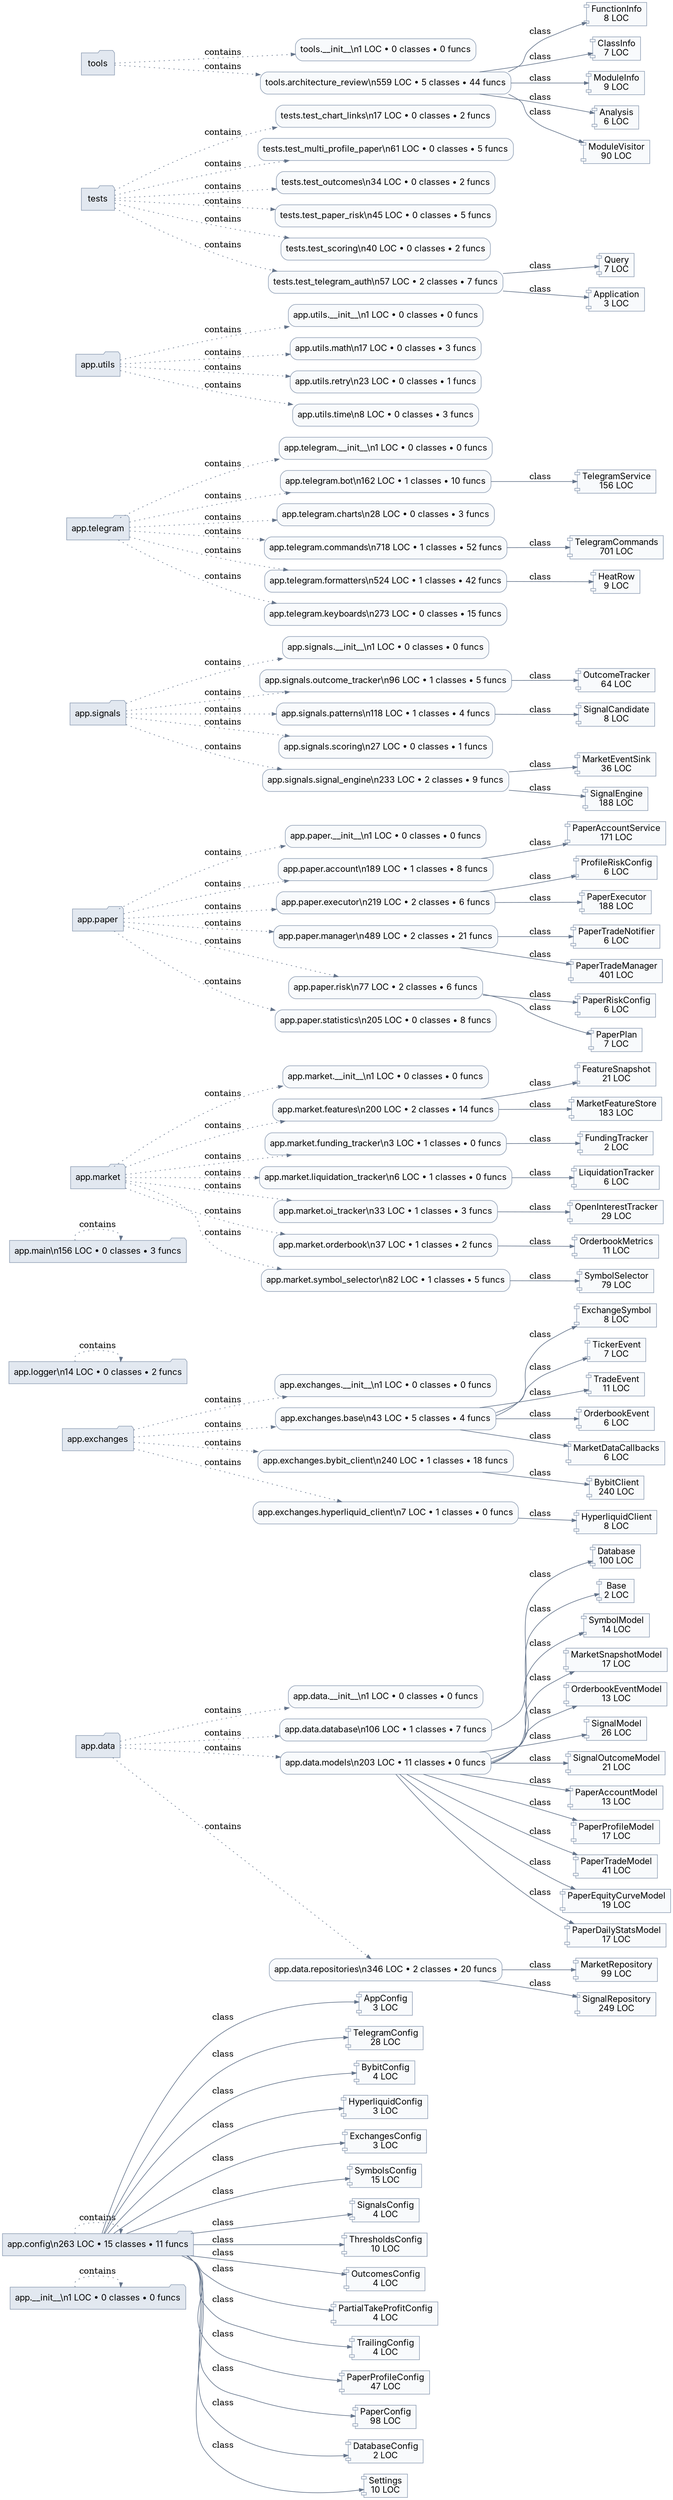
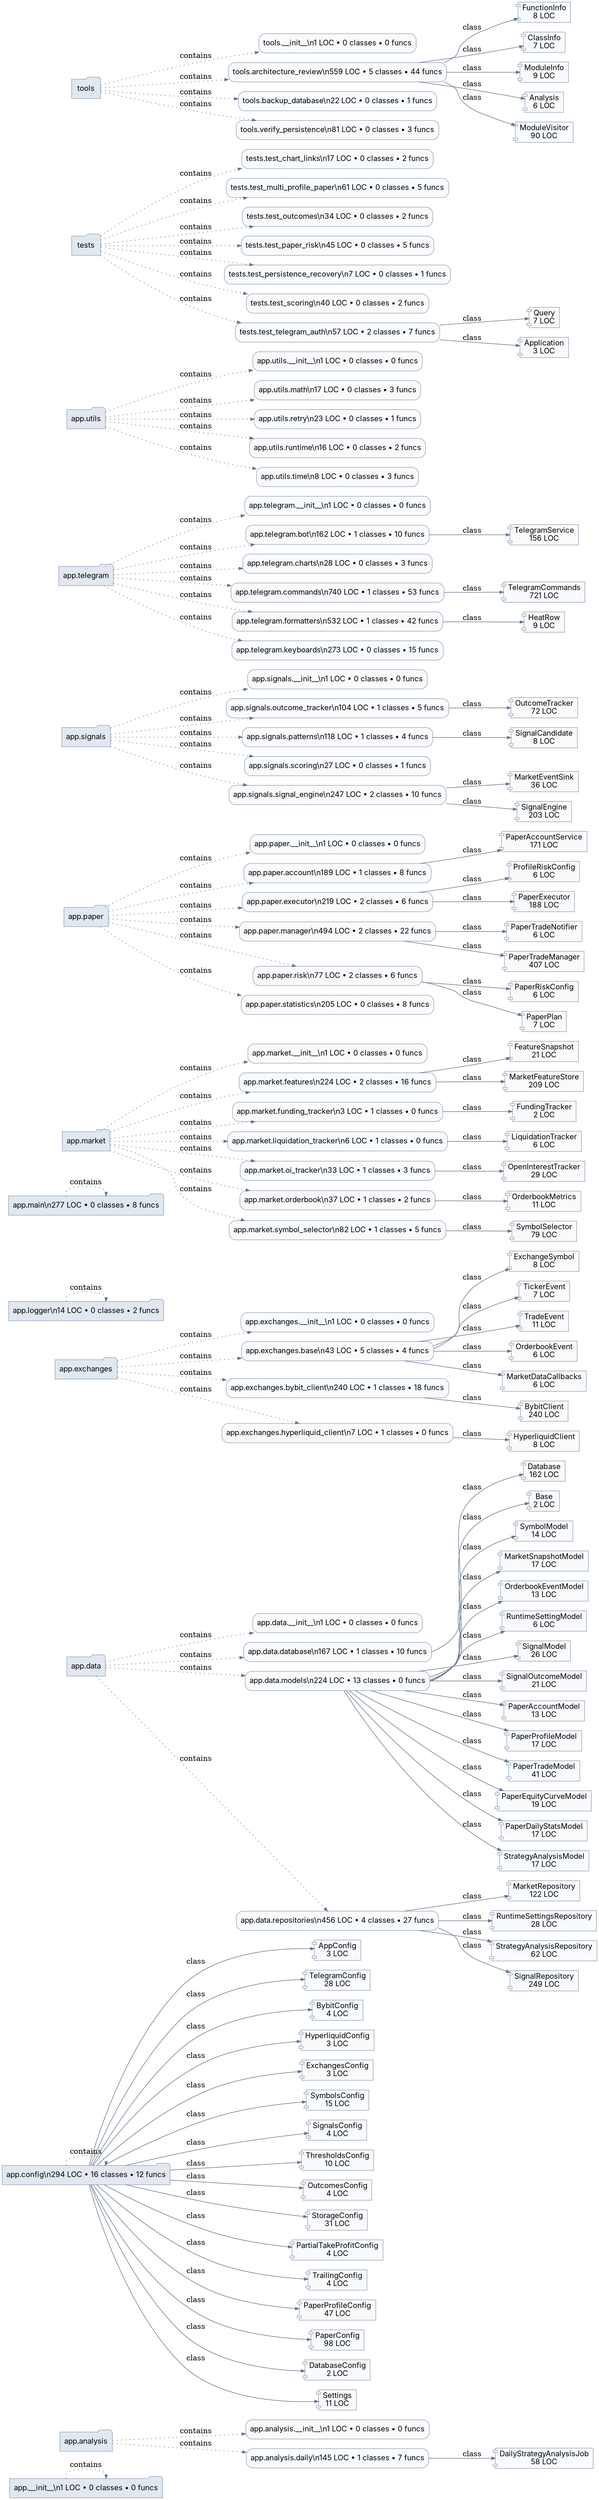
digraph architecture {
  graph [rankdir=LR, bgcolor="white", splines=true];
  node [shape=box, style="rounded,filled", fillcolor="#f8fafc", color="#94a3b8", fontname="Inter"];
  edge [color="#64748b", arrowsize=0.7];
  "app.__init__" [shape=folder, fillcolor="#e2e8f0"];
+   "app.analysis" [shape=folder, fillcolor="#e2e8f0"];
  "app.config" [shape=folder, fillcolor="#e2e8f0"];
  "app.data" [shape=folder, fillcolor="#e2e8f0"];
  "app.exchanges" [shape=folder, fillcolor="#e2e8f0"];
  "app.logger" [shape=folder, fillcolor="#e2e8f0"];
  "app.main" [shape=folder, fillcolor="#e2e8f0"];
  "app.market" [shape=folder, fillcolor="#e2e8f0"];
  "app.paper" [shape=folder, fillcolor="#e2e8f0"];
  "app.signals" [shape=folder, fillcolor="#e2e8f0"];
  "app.telegram" [shape=folder, fillcolor="#e2e8f0"];
  "app.utils" [shape=folder, fillcolor="#e2e8f0"];
  "tests" [shape=folder, fillcolor="#e2e8f0"];
  "tools" [shape=folder, fillcolor="#e2e8f0"];
  "app.__init__" [label="app.__init__\\n1 LOC • 0 classes • 0 funcs"];
  "app.__init__" -> "app.__init__" [style=dotted, label="contains"];
-   "app.config" [label="app.config\\n263 LOC • 15 classes • 11 funcs"];
+   "app.analysis.__init__" [label="app.analysis.__init__\\n1 LOC • 0 classes • 0 funcs"];
+   "app.analysis" -> "app.analysis.__init__" [style=dotted, label="contains"];
+   "app.analysis.daily" [label="app.analysis.daily\\n145 LOC • 1 classes • 7 funcs"];
+   "app.analysis" -> "app.analysis.daily" [style=dotted, label="contains"];
+   "app.analysis.daily.DailyStrategyAnalysisJob" [shape=component, label="DailyStrategyAnalysisJob\n58 LOC"];
+   "app.analysis.daily" -> "app.analysis.daily.DailyStrategyAnalysisJob" [label="class"];
+   "app.config" [label="app.config\\n294 LOC • 16 classes • 12 funcs"];
  "app.config" -> "app.config" [style=dotted, label="contains"];
  "app.config.AppConfig" [shape=component, label="AppConfig\n3 LOC"];
  "app.config" -> "app.config.AppConfig" [label="class"];
  "app.config.TelegramConfig" [shape=component, label="TelegramConfig\n28 LOC"];
  "app.config" -> "app.config.TelegramConfig" [label="class"];
  "app.config.BybitConfig" [shape=component, label="BybitConfig\n4 LOC"];
  "app.config" -> "app.config.BybitConfig" [label="class"];
  "app.config.HyperliquidConfig" [shape=component, label="HyperliquidConfig\n3 LOC"];
  "app.config" -> "app.config.HyperliquidConfig" [label="class"];
  "app.config.ExchangesConfig" [shape=component, label="ExchangesConfig\n3 LOC"];
  "app.config" -> "app.config.ExchangesConfig" [label="class"];
  "app.config.SymbolsConfig" [shape=component, label="SymbolsConfig\n15 LOC"];
  "app.config" -> "app.config.SymbolsConfig" [label="class"];
  "app.config.SignalsConfig" [shape=component, label="SignalsConfig\n4 LOC"];
  "app.config" -> "app.config.SignalsConfig" [label="class"];
  "app.config.ThresholdsConfig" [shape=component, label="ThresholdsConfig\n10 LOC"];
  "app.config" -> "app.config.ThresholdsConfig" [label="class"];
  "app.config.OutcomesConfig" [shape=component, label="OutcomesConfig\n4 LOC"];
  "app.config" -> "app.config.OutcomesConfig" [label="class"];
+   "app.config.StorageConfig" [shape=component, label="StorageConfig\n31 LOC"];
+   "app.config" -> "app.config.StorageConfig" [label="class"];
  "app.config.PartialTakeProfitConfig" [shape=component, label="PartialTakeProfitConfig\n4 LOC"];
  "app.config" -> "app.config.PartialTakeProfitConfig" [label="class"];
  "app.config.TrailingConfig" [shape=component, label="TrailingConfig\n4 LOC"];
  "app.config" -> "app.config.TrailingConfig" [label="class"];
  "app.config.PaperProfileConfig" [shape=component, label="PaperProfileConfig\n47 LOC"];
  "app.config" -> "app.config.PaperProfileConfig" [label="class"];
  "app.config.PaperConfig" [shape=component, label="PaperConfig\n98 LOC"];
  "app.config" -> "app.config.PaperConfig" [label="class"];
  "app.config.DatabaseConfig" [shape=component, label="DatabaseConfig\n2 LOC"];
  "app.config" -> "app.config.DatabaseConfig" [label="class"];
-   "app.config.Settings" [shape=component, label="Settings\n10 LOC"];
+   "app.config.Settings" [shape=component, label="Settings\n11 LOC"];
  "app.config" -> "app.config.Settings" [label="class"];
  "app.data.__init__" [label="app.data.__init__\\n1 LOC • 0 classes • 0 funcs"];
  "app.data" -> "app.data.__init__" [style=dotted, label="contains"];
-   "app.data.database" [label="app.data.database\\n106 LOC • 1 classes • 7 funcs"];
+   "app.data.database" [label="app.data.database\\n167 LOC • 1 classes • 10 funcs"];
  "app.data" -> "app.data.database" [style=dotted, label="contains"];
-   "app.data.database.Database" [shape=component, label="Database\n100 LOC"];
+   "app.data.database.Database" [shape=component, label="Database\n162 LOC"];
  "app.data.database" -> "app.data.database.Database" [label="class"];
-   "app.data.models" [label="app.data.models\\n203 LOC • 11 classes • 0 funcs"];
+   "app.data.models" [label="app.data.models\\n224 LOC • 13 classes • 0 funcs"];
  "app.data" -> "app.data.models" [style=dotted, label="contains"];
  "app.data.models.Base" [shape=component, label="Base\n2 LOC"];
  "app.data.models" -> "app.data.models.Base" [label="class"];
  "app.data.models.SymbolModel" [shape=component, label="SymbolModel\n14 LOC"];
  "app.data.models" -> "app.data.models.SymbolModel" [label="class"];
  "app.data.models.MarketSnapshotModel" [shape=component, label="MarketSnapshotModel\n17 LOC"];
  "app.data.models" -> "app.data.models.MarketSnapshotModel" [label="class"];
  "app.data.models.OrderbookEventModel" [shape=component, label="OrderbookEventModel\n13 LOC"];
  "app.data.models" -> "app.data.models.OrderbookEventModel" [label="class"];
+   "app.data.models.RuntimeSettingModel" [shape=component, label="RuntimeSettingModel\n6 LOC"];
+   "app.data.models" -> "app.data.models.RuntimeSettingModel" [label="class"];
  "app.data.models.SignalModel" [shape=component, label="SignalModel\n26 LOC"];
  "app.data.models" -> "app.data.models.SignalModel" [label="class"];
  "app.data.models.SignalOutcomeModel" [shape=component, label="SignalOutcomeModel\n21 LOC"];
  "app.data.models" -> "app.data.models.SignalOutcomeModel" [label="class"];
  "app.data.models.PaperAccountModel" [shape=component, label="PaperAccountModel\n13 LOC"];
  "app.data.models" -> "app.data.models.PaperAccountModel" [label="class"];
  "app.data.models.PaperProfileModel" [shape=component, label="PaperProfileModel\n17 LOC"];
  "app.data.models" -> "app.data.models.PaperProfileModel" [label="class"];
  "app.data.models.PaperTradeModel" [shape=component, label="PaperTradeModel\n41 LOC"];
  "app.data.models" -> "app.data.models.PaperTradeModel" [label="class"];
  "app.data.models.PaperEquityCurveModel" [shape=component, label="PaperEquityCurveModel\n19 LOC"];
  "app.data.models" -> "app.data.models.PaperEquityCurveModel" [label="class"];
  "app.data.models.PaperDailyStatsModel" [shape=component, label="PaperDailyStatsModel\n17 LOC"];
  "app.data.models" -> "app.data.models.PaperDailyStatsModel" [label="class"];
-   "app.data.repositories" [label="app.data.repositories\\n346 LOC • 2 classes • 20 funcs"];
+   "app.data.models.StrategyAnalysisModel" [shape=component, label="StrategyAnalysisModel\n17 LOC"];
+   "app.data.models" -> "app.data.models.StrategyAnalysisModel" [label="class"];
+   "app.data.repositories" [label="app.data.repositories\\n456 LOC • 4 classes • 27 funcs"];
  "app.data" -> "app.data.repositories" [style=dotted, label="contains"];
-   "app.data.repositories.MarketRepository" [shape=component, label="MarketRepository\n99 LOC"];
+   "app.data.repositories.MarketRepository" [shape=component, label="MarketRepository\n122 LOC"];
  "app.data.repositories" -> "app.data.repositories.MarketRepository" [label="class"];
+   "app.data.repositories.RuntimeSettingsRepository" [shape=component, label="RuntimeSettingsRepository\n28 LOC"];
+   "app.data.repositories" -> "app.data.repositories.RuntimeSettingsRepository" [label="class"];
+   "app.data.repositories.StrategyAnalysisRepository" [shape=component, label="StrategyAnalysisRepository\n62 LOC"];
+   "app.data.repositories" -> "app.data.repositories.StrategyAnalysisRepository" [label="class"];
  "app.data.repositories.SignalRepository" [shape=component, label="SignalRepository\n249 LOC"];
  "app.data.repositories" -> "app.data.repositories.SignalRepository" [label="class"];
  "app.exchanges.__init__" [label="app.exchanges.__init__\\n1 LOC • 0 classes • 0 funcs"];
  "app.exchanges" -> "app.exchanges.__init__" [style=dotted, label="contains"];
  "app.exchanges.base" [label="app.exchanges.base\\n43 LOC • 5 classes • 4 funcs"];
  "app.exchanges" -> "app.exchanges.base" [style=dotted, label="contains"];
  "app.exchanges.base.ExchangeSymbol" [shape=component, label="ExchangeSymbol\n8 LOC"];
  "app.exchanges.base" -> "app.exchanges.base.ExchangeSymbol" [label="class"];
  "app.exchanges.base.TickerEvent" [shape=component, label="TickerEvent\n7 LOC"];
  "app.exchanges.base" -> "app.exchanges.base.TickerEvent" [label="class"];
  "app.exchanges.base.TradeEvent" [shape=component, label="TradeEvent\n11 LOC"];
  "app.exchanges.base" -> "app.exchanges.base.TradeEvent" [label="class"];
  "app.exchanges.base.OrderbookEvent" [shape=component, label="OrderbookEvent\n6 LOC"];
  "app.exchanges.base" -> "app.exchanges.base.OrderbookEvent" [label="class"];
  "app.exchanges.base.MarketDataCallbacks" [shape=component, label="MarketDataCallbacks\n6 LOC"];
  "app.exchanges.base" -> "app.exchanges.base.MarketDataCallbacks" [label="class"];
  "app.exchanges.bybit_client" [label="app.exchanges.bybit_client\\n240 LOC • 1 classes • 18 funcs"];
  "app.exchanges" -> "app.exchanges.bybit_client" [style=dotted, label="contains"];
  "app.exchanges.bybit_client.BybitClient" [shape=component, label="BybitClient\n240 LOC"];
  "app.exchanges.bybit_client" -> "app.exchanges.bybit_client.BybitClient" [label="class"];
  "app.exchanges.hyperliquid_client" [label="app.exchanges.hyperliquid_client\\n7 LOC • 1 classes • 0 funcs"];
  "app.exchanges" -> "app.exchanges.hyperliquid_client" [style=dotted, label="contains"];
  "app.exchanges.hyperliquid_client.HyperliquidClient" [shape=component, label="HyperliquidClient\n8 LOC"];
  "app.exchanges.hyperliquid_client" -> "app.exchanges.hyperliquid_client.HyperliquidClient" [label="class"];
  "app.logger" [label="app.logger\\n14 LOC • 0 classes • 2 funcs"];
  "app.logger" -> "app.logger" [style=dotted, label="contains"];
-   "app.main" [label="app.main\\n156 LOC • 0 classes • 3 funcs"];
+   "app.main" [label="app.main\\n277 LOC • 0 classes • 8 funcs"];
  "app.main" -> "app.main" [style=dotted, label="contains"];
  "app.market.__init__" [label="app.market.__init__\\n1 LOC • 0 classes • 0 funcs"];
  "app.market" -> "app.market.__init__" [style=dotted, label="contains"];
-   "app.market.features" [label="app.market.features\\n200 LOC • 2 classes • 14 funcs"];
+   "app.market.features" [label="app.market.features\\n224 LOC • 2 classes • 16 funcs"];
  "app.market" -> "app.market.features" [style=dotted, label="contains"];
  "app.market.features.FeatureSnapshot" [shape=component, label="FeatureSnapshot\n21 LOC"];
  "app.market.features" -> "app.market.features.FeatureSnapshot" [label="class"];
-   "app.market.features.MarketFeatureStore" [shape=component, label="MarketFeatureStore\n183 LOC"];
+   "app.market.features.MarketFeatureStore" [shape=component, label="MarketFeatureStore\n209 LOC"];
  "app.market.features" -> "app.market.features.MarketFeatureStore" [label="class"];
  "app.market.funding_tracker" [label="app.market.funding_tracker\\n3 LOC • 1 classes • 0 funcs"];
  "app.market" -> "app.market.funding_tracker" [style=dotted, label="contains"];
  "app.market.funding_tracker.FundingTracker" [shape=component, label="FundingTracker\n2 LOC"];
  "app.market.funding_tracker" -> "app.market.funding_tracker.FundingTracker" [label="class"];
  "app.market.liquidation_tracker" [label="app.market.liquidation_tracker\\n6 LOC • 1 classes • 0 funcs"];
  "app.market" -> "app.market.liquidation_tracker" [style=dotted, label="contains"];
  "app.market.liquidation_tracker.LiquidationTracker" [shape=component, label="LiquidationTracker\n6 LOC"];
  "app.market.liquidation_tracker" -> "app.market.liquidation_tracker.LiquidationTracker" [label="class"];
  "app.market.oi_tracker" [label="app.market.oi_tracker\\n33 LOC • 1 classes • 3 funcs"];
  "app.market" -> "app.market.oi_tracker" [style=dotted, label="contains"];
  "app.market.oi_tracker.OpenInterestTracker" [shape=component, label="OpenInterestTracker\n29 LOC"];
  "app.market.oi_tracker" -> "app.market.oi_tracker.OpenInterestTracker" [label="class"];
  "app.market.orderbook" [label="app.market.orderbook\\n37 LOC • 1 classes • 2 funcs"];
  "app.market" -> "app.market.orderbook" [style=dotted, label="contains"];
  "app.market.orderbook.OrderbookMetrics" [shape=component, label="OrderbookMetrics\n11 LOC"];
  "app.market.orderbook" -> "app.market.orderbook.OrderbookMetrics" [label="class"];
  "app.market.symbol_selector" [label="app.market.symbol_selector\\n82 LOC • 1 classes • 5 funcs"];
  "app.market" -> "app.market.symbol_selector" [style=dotted, label="contains"];
  "app.market.symbol_selector.SymbolSelector" [shape=component, label="SymbolSelector\n79 LOC"];
  "app.market.symbol_selector" -> "app.market.symbol_selector.SymbolSelector" [label="class"];
  "app.paper.__init__" [label="app.paper.__init__\\n1 LOC • 0 classes • 0 funcs"];
  "app.paper" -> "app.paper.__init__" [style=dotted, label="contains"];
  "app.paper.account" [label="app.paper.account\\n189 LOC • 1 classes • 8 funcs"];
  "app.paper" -> "app.paper.account" [style=dotted, label="contains"];
  "app.paper.account.PaperAccountService" [shape=component, label="PaperAccountService\n171 LOC"];
  "app.paper.account" -> "app.paper.account.PaperAccountService" [label="class"];
  "app.paper.executor" [label="app.paper.executor\\n219 LOC • 2 classes • 6 funcs"];
  "app.paper" -> "app.paper.executor" [style=dotted, label="contains"];
  "app.paper.executor.ProfileRiskConfig" [shape=component, label="ProfileRiskConfig\n6 LOC"];
  "app.paper.executor" -> "app.paper.executor.ProfileRiskConfig" [label="class"];
  "app.paper.executor.PaperExecutor" [shape=component, label="PaperExecutor\n188 LOC"];
  "app.paper.executor" -> "app.paper.executor.PaperExecutor" [label="class"];
-   "app.paper.manager" [label="app.paper.manager\\n489 LOC • 2 classes • 21 funcs"];
+   "app.paper.manager" [label="app.paper.manager\\n494 LOC • 2 classes • 22 funcs"];
  "app.paper" -> "app.paper.manager" [style=dotted, label="contains"];
  "app.paper.manager.PaperTradeNotifier" [shape=component, label="PaperTradeNotifier\n6 LOC"];
  "app.paper.manager" -> "app.paper.manager.PaperTradeNotifier" [label="class"];
-   "app.paper.manager.PaperTradeManager" [shape=component, label="PaperTradeManager\n401 LOC"];
+   "app.paper.manager.PaperTradeManager" [shape=component, label="PaperTradeManager\n407 LOC"];
  "app.paper.manager" -> "app.paper.manager.PaperTradeManager" [label="class"];
  "app.paper.risk" [label="app.paper.risk\\n77 LOC • 2 classes • 6 funcs"];
  "app.paper" -> "app.paper.risk" [style=dotted, label="contains"];
  "app.paper.risk.PaperRiskConfig" [shape=component, label="PaperRiskConfig\n6 LOC"];
  "app.paper.risk" -> "app.paper.risk.PaperRiskConfig" [label="class"];
  "app.paper.risk.PaperPlan" [shape=component, label="PaperPlan\n7 LOC"];
  "app.paper.risk" -> "app.paper.risk.PaperPlan" [label="class"];
  "app.paper.statistics" [label="app.paper.statistics\\n205 LOC • 0 classes • 8 funcs"];
  "app.paper" -> "app.paper.statistics" [style=dotted, label="contains"];
  "app.signals.__init__" [label="app.signals.__init__\\n1 LOC • 0 classes • 0 funcs"];
  "app.signals" -> "app.signals.__init__" [style=dotted, label="contains"];
-   "app.signals.outcome_tracker" [label="app.signals.outcome_tracker\\n96 LOC • 1 classes • 5 funcs"];
+   "app.signals.outcome_tracker" [label="app.signals.outcome_tracker\\n104 LOC • 1 classes • 5 funcs"];
  "app.signals" -> "app.signals.outcome_tracker" [style=dotted, label="contains"];
-   "app.signals.outcome_tracker.OutcomeTracker" [shape=component, label="OutcomeTracker\n64 LOC"];
+   "app.signals.outcome_tracker.OutcomeTracker" [shape=component, label="OutcomeTracker\n72 LOC"];
  "app.signals.outcome_tracker" -> "app.signals.outcome_tracker.OutcomeTracker" [label="class"];
  "app.signals.patterns" [label="app.signals.patterns\\n118 LOC • 1 classes • 4 funcs"];
  "app.signals" -> "app.signals.patterns" [style=dotted, label="contains"];
  "app.signals.patterns.SignalCandidate" [shape=component, label="SignalCandidate\n8 LOC"];
  "app.signals.patterns" -> "app.signals.patterns.SignalCandidate" [label="class"];
  "app.signals.scoring" [label="app.signals.scoring\\n27 LOC • 0 classes • 1 funcs"];
  "app.signals" -> "app.signals.scoring" [style=dotted, label="contains"];
-   "app.signals.signal_engine" [label="app.signals.signal_engine\\n233 LOC • 2 classes • 9 funcs"];
+   "app.signals.signal_engine" [label="app.signals.signal_engine\\n247 LOC • 2 classes • 10 funcs"];
  "app.signals" -> "app.signals.signal_engine" [style=dotted, label="contains"];
  "app.signals.signal_engine.MarketEventSink" [shape=component, label="MarketEventSink\n36 LOC"];
  "app.signals.signal_engine" -> "app.signals.signal_engine.MarketEventSink" [label="class"];
-   "app.signals.signal_engine.SignalEngine" [shape=component, label="SignalEngine\n188 LOC"];
+   "app.signals.signal_engine.SignalEngine" [shape=component, label="SignalEngine\n203 LOC"];
  "app.signals.signal_engine" -> "app.signals.signal_engine.SignalEngine" [label="class"];
  "app.telegram.__init__" [label="app.telegram.__init__\\n1 LOC • 0 classes • 0 funcs"];
  "app.telegram" -> "app.telegram.__init__" [style=dotted, label="contains"];
  "app.telegram.bot" [label="app.telegram.bot\\n162 LOC • 1 classes • 10 funcs"];
  "app.telegram" -> "app.telegram.bot" [style=dotted, label="contains"];
  "app.telegram.bot.TelegramService" [shape=component, label="TelegramService\n156 LOC"];
  "app.telegram.bot" -> "app.telegram.bot.TelegramService" [label="class"];
  "app.telegram.charts" [label="app.telegram.charts\\n28 LOC • 0 classes • 3 funcs"];
  "app.telegram" -> "app.telegram.charts" [style=dotted, label="contains"];
-   "app.telegram.commands" [label="app.telegram.commands\\n718 LOC • 1 classes • 52 funcs"];
+   "app.telegram.commands" [label="app.telegram.commands\\n740 LOC • 1 classes • 53 funcs"];
  "app.telegram" -> "app.telegram.commands" [style=dotted, label="contains"];
-   "app.telegram.commands.TelegramCommands" [shape=component, label="TelegramCommands\n701 LOC"];
+   "app.telegram.commands.TelegramCommands" [shape=component, label="TelegramCommands\n721 LOC"];
  "app.telegram.commands" -> "app.telegram.commands.TelegramCommands" [label="class"];
-   "app.telegram.formatters" [label="app.telegram.formatters\\n524 LOC • 1 classes • 42 funcs"];
+   "app.telegram.formatters" [label="app.telegram.formatters\\n532 LOC • 1 classes • 42 funcs"];
  "app.telegram" -> "app.telegram.formatters" [style=dotted, label="contains"];
  "app.telegram.formatters.HeatRow" [shape=component, label="HeatRow\n9 LOC"];
  "app.telegram.formatters" -> "app.telegram.formatters.HeatRow" [label="class"];
  "app.telegram.keyboards" [label="app.telegram.keyboards\\n273 LOC • 0 classes • 15 funcs"];
  "app.telegram" -> "app.telegram.keyboards" [style=dotted, label="contains"];
  "app.utils.__init__" [label="app.utils.__init__\\n1 LOC • 0 classes • 0 funcs"];
  "app.utils" -> "app.utils.__init__" [style=dotted, label="contains"];
  "app.utils.math" [label="app.utils.math\\n17 LOC • 0 classes • 3 funcs"];
  "app.utils" -> "app.utils.math" [style=dotted, label="contains"];
  "app.utils.retry" [label="app.utils.retry\\n23 LOC • 0 classes • 1 funcs"];
  "app.utils" -> "app.utils.retry" [style=dotted, label="contains"];
+   "app.utils.runtime" [label="app.utils.runtime\\n16 LOC • 0 classes • 2 funcs"];
+   "app.utils" -> "app.utils.runtime" [style=dotted, label="contains"];
  "app.utils.time" [label="app.utils.time\\n8 LOC • 0 classes • 3 funcs"];
  "app.utils" -> "app.utils.time" [style=dotted, label="contains"];
  "tests.test_chart_links" [label="tests.test_chart_links\\n17 LOC • 0 classes • 2 funcs"];
  "tests" -> "tests.test_chart_links" [style=dotted, label="contains"];
  "tests.test_multi_profile_paper" [label="tests.test_multi_profile_paper\\n61 LOC • 0 classes • 5 funcs"];
  "tests" -> "tests.test_multi_profile_paper" [style=dotted, label="contains"];
  "tests.test_outcomes" [label="tests.test_outcomes\\n34 LOC • 0 classes • 2 funcs"];
  "tests" -> "tests.test_outcomes" [style=dotted, label="contains"];
  "tests.test_paper_risk" [label="tests.test_paper_risk\\n45 LOC • 0 classes • 5 funcs"];
  "tests" -> "tests.test_paper_risk" [style=dotted, label="contains"];
+   "tests.test_persistence_recovery" [label="tests.test_persistence_recovery\\n7 LOC • 0 classes • 1 funcs"];
+   "tests" -> "tests.test_persistence_recovery" [style=dotted, label="contains"];
  "tests.test_scoring" [label="tests.test_scoring\\n40 LOC • 0 classes • 2 funcs"];
  "tests" -> "tests.test_scoring" [style=dotted, label="contains"];
  "tests.test_telegram_auth" [label="tests.test_telegram_auth\\n57 LOC • 2 classes • 7 funcs"];
  "tests" -> "tests.test_telegram_auth" [style=dotted, label="contains"];
  "tests.test_telegram_auth.test_callback_answers_before_background_processing.Query" [shape=component, label="Query\n7 LOC"];
  "tests.test_telegram_auth" -> "tests.test_telegram_auth.test_callback_answers_before_background_processing.Query" [label="class"];
  "tests.test_telegram_auth.test_callback_answers_before_background_processing.Application" [shape=component, label="Application\n3 LOC"];
  "tests.test_telegram_auth" -> "tests.test_telegram_auth.test_callback_answers_before_background_processing.Application" [label="class"];
  "tools.__init__" [label="tools.__init__\\n1 LOC • 0 classes • 0 funcs"];
  "tools" -> "tools.__init__" [style=dotted, label="contains"];
  "tools.architecture_review" [label="tools.architecture_review\\n559 LOC • 5 classes • 44 funcs"];
  "tools" -> "tools.architecture_review" [style=dotted, label="contains"];
  "tools.architecture_review.FunctionInfo" [shape=component, label="FunctionInfo\n8 LOC"];
  "tools.architecture_review" -> "tools.architecture_review.FunctionInfo" [label="class"];
  "tools.architecture_review.ClassInfo" [shape=component, label="ClassInfo\n7 LOC"];
  "tools.architecture_review" -> "tools.architecture_review.ClassInfo" [label="class"];
  "tools.architecture_review.ModuleInfo" [shape=component, label="ModuleInfo\n9 LOC"];
  "tools.architecture_review" -> "tools.architecture_review.ModuleInfo" [label="class"];
  "tools.architecture_review.Analysis" [shape=component, label="Analysis\n6 LOC"];
  "tools.architecture_review" -> "tools.architecture_review.Analysis" [label="class"];
  "tools.architecture_review.ModuleVisitor" [shape=component, label="ModuleVisitor\n90 LOC"];
  "tools.architecture_review" -> "tools.architecture_review.ModuleVisitor" [label="class"];
+   "tools.backup_database" [label="tools.backup_database\\n22 LOC • 0 classes • 1 funcs"];
+   "tools" -> "tools.backup_database" [style=dotted, label="contains"];
+   "tools.verify_persistence" [label="tools.verify_persistence\\n81 LOC • 0 classes • 3 funcs"];
+   "tools" -> "tools.verify_persistence" [style=dotted, label="contains"];
}
